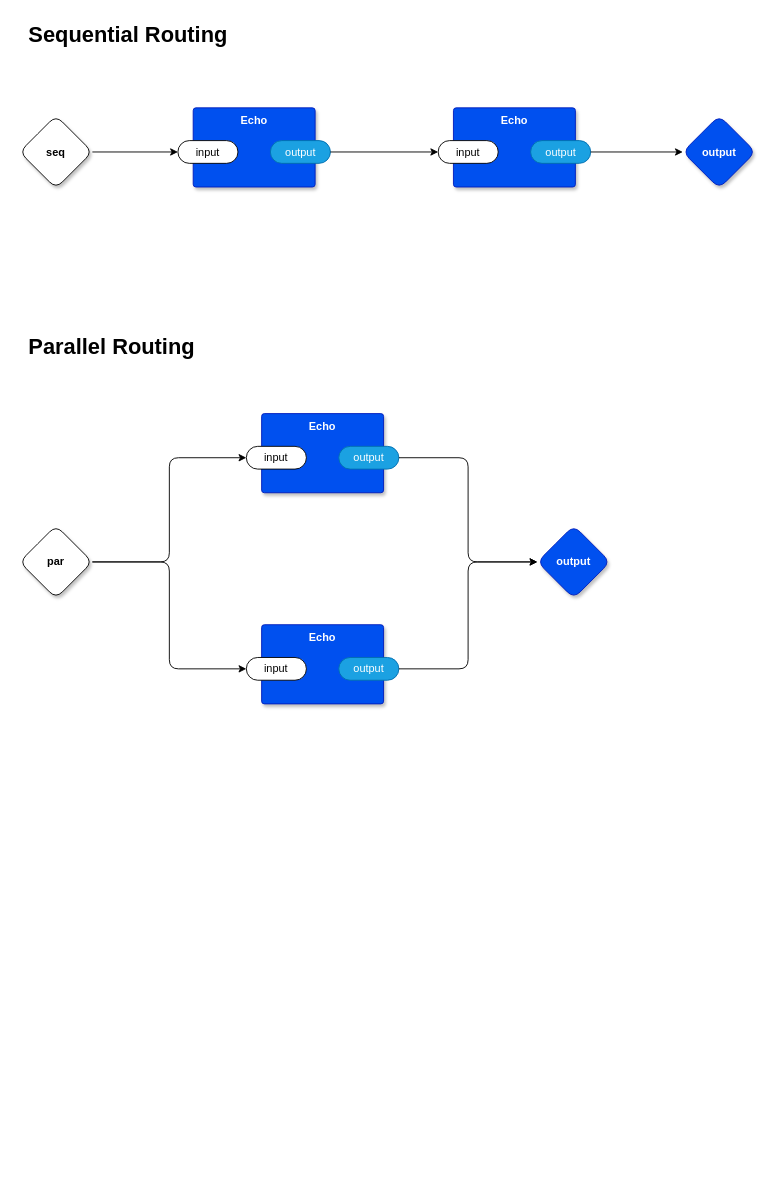
Before: example.drawio in z64/odin0d, a draw.io diagram. Source tidied: cells renumbered, new cells numbered last; positions are measured from the earlier drawing's top-left corner, leaving out a move shared by most shapes. Both pictures are drawn from the tidied source at 91%, with x=0, y=0 at pixel (19, 15).
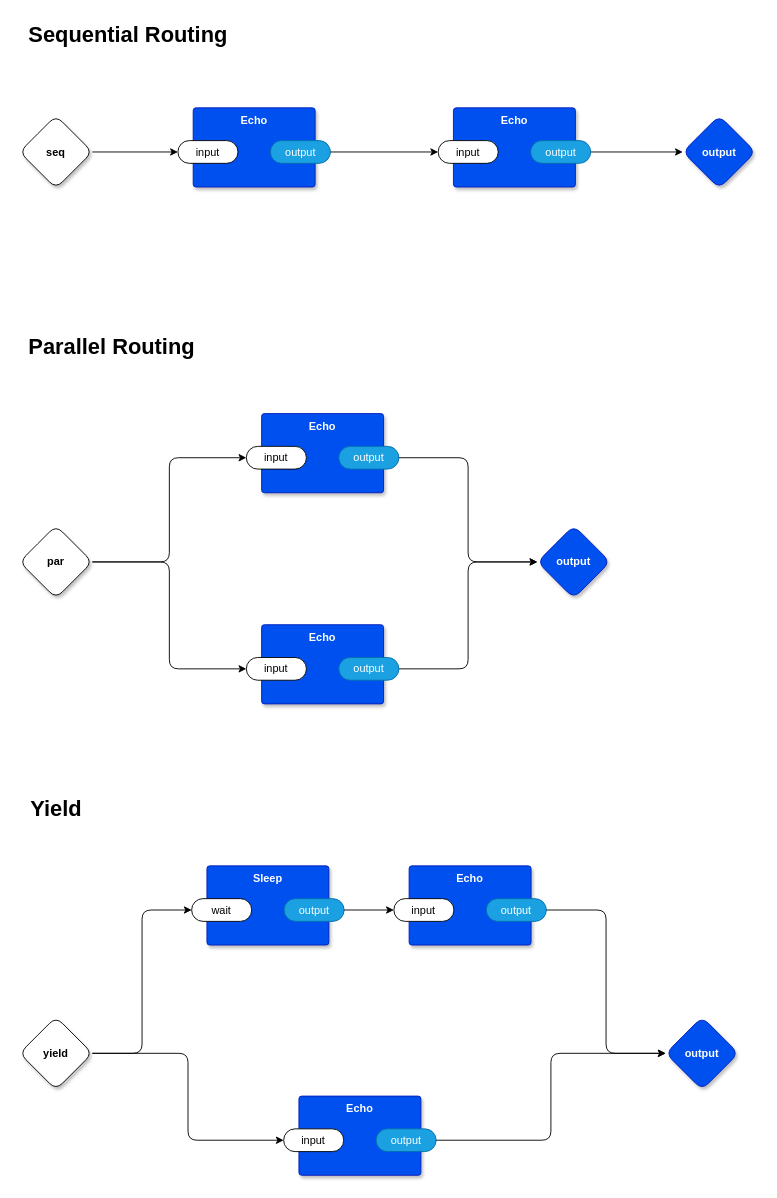
After the change.

Commit message (it also covers changes not shown here):
Yield example with sleep

The edit, as a diff of the source:
```diff
@@
+    <mxCell id="27" style="edgeStyle=orthogonalEdgeStyle;rounded=1;jettySize=auto;html=1;exitX=1;exitY=0.5;exitDx=0;exitDy=0;exitPerimeter=0;entryX=0;entryY=0.5;entryDx=0;entryDy=0;entryPerimeter=0;" parent="1" edge="1" source="29" target="32">
+      <mxGeometry relative="1" as="geometry" />
+    </mxCell>
+    <mxCell id="28" style="edgeStyle=orthogonalEdgeStyle;rounded=1;jettySize=auto;html=1;exitX=1;exitY=0.5;exitDx=0;exitDy=0;exitPerimeter=0;entryX=0;entryY=0.5;entryDx=0;entryDy=0;entryPerimeter=0;" parent="1" edge="1" source="29" target="38">
+      <mxGeometry relative="1" as="geometry" />
+    </mxCell>
+    <mxCell id="29" value="yield" style="rhombus;whiteSpace=wrap;html=1;rounded=1;fontStyle=1;glass=0;sketch=0;fontSize=12;points=[[0,0.5,0,0,0],[0.5,0,0,0,0],[0.5,1,0,0,0],[1,0.5,0,0,0]];shadow=1;" parent="1" vertex="1">
+      <mxGeometry y="1100" width="80" height="80" as="geometry" />
+    </mxCell>
+    <mxCell id="30" value="output" style="rhombus;whiteSpace=wrap;html=1;rounded=1;fillColor=#0050ef;fontColor=#ffffff;strokeColor=#001DBC;fontStyle=1;glass=0;sketch=0;fontSize=12;points=[[0,0.5,0,0,0],[0.5,0,0,0,0],[0.5,1,0,0,0],[1,0.5,0,0,0]];shadow=1;" parent="1" vertex="1">
+      <mxGeometry x="710" y="1100" width="80" height="80" as="geometry" />
+    </mxCell>
+    <mxCell id="31" value="Sleep" style="rounded=1;whiteSpace=wrap;html=1;sketch=0;verticalAlign=top;arcSize=6;fontStyle=1;absoluteArcSize=1;shadow=1;strokeColor=#001DBC;fillColor=#0050ef;fontColor=#ffffff;" parent="1" vertex="1">
+      <mxGeometry x="205.9" y="934" width="134" height="87" as="geometry" />
+    </mxCell>
+    <mxCell id="32" value="wait" style="rounded=1;whiteSpace=wrap;html=1;sketch=0;points=[[0,0.5,0,0,0],[1,0.5,0,0,0]];arcSize=50;" parent="31" vertex="1">
+      <mxGeometry x="-16.8" y="36" width="66" height="25" as="geometry" />
+    </mxCell>
+    <mxCell id="33" value="output" style="rounded=1;whiteSpace=wrap;html=1;sketch=0;points=[[0,0.5,0,0,0],[1,0.5,0,0,0]];fillColor=#1ba1e2;fontColor=#ffffff;strokeColor=#006EAF;arcSize=50;" parent="31" vertex="1">
+      <mxGeometry x="84.8" y="36" width="66" height="25" as="geometry" />
+    </mxCell>
+    <mxCell id="34" value="Echo" style="rounded=1;whiteSpace=wrap;html=1;sketch=0;verticalAlign=top;arcSize=6;fontStyle=1;absoluteArcSize=1;shadow=1;strokeColor=#001DBC;fillColor=#0050ef;fontColor=#ffffff;" parent="1" vertex="1">
+      <mxGeometry x="428.1" y="934" width="134" height="87" as="geometry" />
+    </mxCell>
+    <mxCell id="35" value="input" style="rounded=1;whiteSpace=wrap;html=1;sketch=0;points=[[0,0.5,0,0,0],[1,0.5,0,0,0]];arcSize=50;" parent="34" vertex="1">
+      <mxGeometry x="-16.8" y="36" width="66" height="25" as="geometry" />
+    </mxCell>
+    <mxCell id="36" value="output" style="rounded=1;whiteSpace=wrap;html=1;sketch=0;points=[[0,0.5,0,0,0],[1,0.5,0,0,0]];fillColor=#1ba1e2;fontColor=#ffffff;strokeColor=#006EAF;arcSize=50;" parent="34" vertex="1">
+      <mxGeometry x="84.8" y="36" width="66" height="25" as="geometry" />
+    </mxCell>
+    <mxCell id="37" value="Echo" style="rounded=1;whiteSpace=wrap;html=1;sketch=0;verticalAlign=top;arcSize=6;fontStyle=1;absoluteArcSize=1;shadow=1;strokeColor=#001DBC;fillColor=#0050ef;fontColor=#ffffff;" parent="1" vertex="1">
+      <mxGeometry x="307" y="1187" width="134" height="87" as="geometry" />
+    </mxCell>
+    <mxCell id="38" value="input" style="rounded=1;whiteSpace=wrap;html=1;sketch=0;points=[[0,0.5,0,0,0],[1,0.5,0,0,0]];arcSize=50;" parent="37" vertex="1">
+      <mxGeometry x="-16.8" y="36" width="66" height="25" as="geometry" />
+    </mxCell>
+    <mxCell id="39" value="output" style="rounded=1;whiteSpace=wrap;html=1;sketch=0;points=[[0,0.5,0,0,0],[1,0.5,0,0,0]];fillColor=#1ba1e2;fontColor=#ffffff;strokeColor=#006EAF;arcSize=50;" parent="37" vertex="1">
+      <mxGeometry x="84.8" y="36" width="66" height="25" as="geometry" />
+    </mxCell>
+    <mxCell id="40" style="edgeStyle=orthogonalEdgeStyle;rounded=1;jettySize=auto;html=1;exitX=1;exitY=0.5;exitDx=0;exitDy=0;exitPerimeter=0;entryX=0;entryY=0.5;entryDx=0;entryDy=0;entryPerimeter=0;" parent="1" edge="1" source="33" target="35">
+      <mxGeometry relative="1" as="geometry" />
+    </mxCell>
+    <mxCell id="41" style="edgeStyle=orthogonalEdgeStyle;rounded=1;jettySize=auto;html=1;exitX=1;exitY=0.5;exitDx=0;exitDy=0;exitPerimeter=0;entryX=0;entryY=0.5;entryDx=0;entryDy=0;entryPerimeter=0;" parent="1" edge="1" source="36" target="30">
+      <mxGeometry relative="1" as="geometry" />
+    </mxCell>
+    <mxCell id="42" style="edgeStyle=orthogonalEdgeStyle;rounded=1;jettySize=auto;html=1;exitX=1;exitY=0.5;exitDx=0;exitDy=0;exitPerimeter=0;entryX=0;entryY=0.5;entryDx=0;entryDy=0;entryPerimeter=0;" parent="1" edge="1" source="39" target="30">
+      <mxGeometry relative="1" as="geometry" />
+    </mxCell>
+    <mxCell id="43" value="&lt;b&gt;&lt;font style=&quot;font-size: 24px;&quot;&gt;Yield&lt;/font&gt;&lt;/b&gt;" style="text;html=1;align=center;verticalAlign=middle;strokeColor=none;fillColor=none;" parent="1" vertex="1">
+      <mxGeometry x="3" y="851" width="74" height="41" as="geometry" />
+    </mxCell>
```
